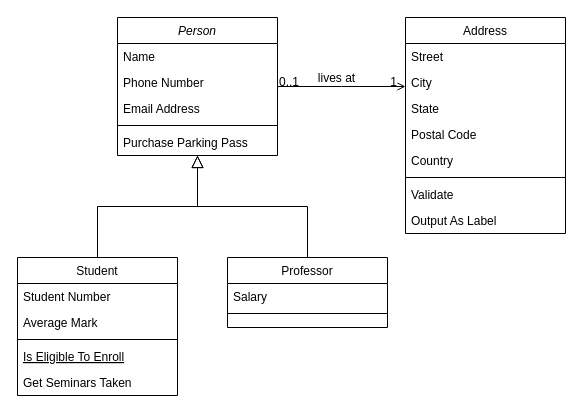
This is Untitled Diagram.drawio from Marko1316/hello-world, a draw.io file, before an edit. Source tidied: cells renumbered, new cells numbered last; positions are measured from the earlier drawing's top-left corner, leaving out a move shared by most shapes. Both pictures are drawn from the tidied source at 100%, with x=0, y=0 at pixel (17, 17).
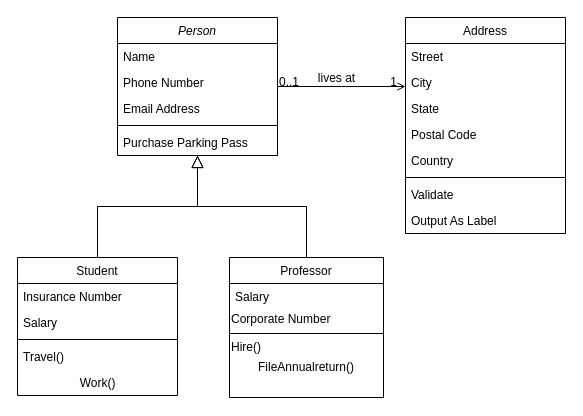
Above is the later version.

The change refers to these unchanged cells:
```xml
<mxCell id="8" value="Student" style="swimlane;fontStyle=0;align=center;verticalAlign=top;horizontal=1;startSize=26;rounded=0;shadow=0;strokeWidth=1;" parent="1" vertex="1">
  <mxGeometry y="240" width="160" height="138" as="geometry" />
</mxCell>
```

What changed in the source:
```diff
@@
-    <mxCell id="9" value="Student Number" style="text;align=left;verticalAlign=top;spacingLeft=4;spacingRight=4;overflow=hidden;" parent="8" vertex="1">
+    <mxCell id="9" value="Insurance Number" style="text;align=left;verticalAlign=top;spacingLeft=4;spacingRight=4;overflow=hidden;" parent="8" vertex="1">
       <mxGeometry y="26" width="160" height="26" as="geometry" />
     </mxCell>
-    <mxCell id="10" value="Average Mark" style="text;align=left;verticalAlign=top;spacingLeft=4;spacingRight=4;overflow=hidden;rounded=0;shadow=0;html=0;" parent="8" vertex="1">
+    <mxCell id="10" value="Salary" style="text;align=left;verticalAlign=top;spacingLeft=4;spacingRight=4;overflow=hidden;rounded=0;shadow=0;html=0;" parent="8" vertex="1">
       <mxGeometry y="52" width="160" height="26" as="geometry" />
     </mxCell>
@@
-    <mxCell id="12" value="Is Eligible To Enroll" style="text;align=left;verticalAlign=top;spacingLeft=4;spacingRight=4;overflow=hidden;fontStyle=4;" parent="8" vertex="1">
+    <mxCell id="12" value="Travel()" style="text;align=left;verticalAlign=top;spacingLeft=4;spacingRight=4;overflow=hidden;fontStyle=0;" parent="8" vertex="1">
       <mxGeometry y="86" width="160" height="26" as="geometry" />
     </mxCell>
-    <mxCell id="13" value="Get Seminars Taken" style="text;align=left;verticalAlign=top;spacingLeft=4;spacingRight=4;overflow=hidden;" parent="8" vertex="1">
+    <mxCell id="13" value="                 Work()" style="text;align=left;verticalAlign=top;spacingLeft=4;spacingRight=4;overflow=hidden;" parent="8" vertex="1">
       <mxGeometry y="112" width="160" height="26" as="geometry" />
     </mxCell>
@@
     <mxCell id="15" value="Professor" style="swimlane;fontStyle=0;align=center;verticalAlign=top;horizontal=1;startSize=26;rounded=0;shadow=0;strokeWidth=1;" parent="1" vertex="1">
-      <mxGeometry x="210" y="240" width="160" height="70" as="geometry" />
+      <mxGeometry x="212" y="240" width="154" height="140" as="geometry" />
     </mxCell>
     <mxCell id="16" value="Salary" style="text;align=left;verticalAlign=top;spacingLeft=4;spacingRight=4;overflow=hidden;" parent="15" vertex="1">
-      <mxGeometry y="26" width="160" height="26" as="geometry" />
+      <mxGeometry y="26" width="154" height="26" as="geometry" />
     </mxCell>
+    <mxCell id="32" value="Corporate Number" style="text;html=1;strokeColor=none;fillColor=none;align=left;verticalAlign=middle;whiteSpace=wrap;rounded=0;" parent="15" vertex="1">
+      <mxGeometry y="52" width="154" height="20" as="geometry" />
+    </mxCell>
     <mxCell id="17" style="line;html=1;strokeWidth=1;align=left;verticalAlign=middle;spacingTop=-1;spacingLeft=3;spacingRight=3;labelPosition=right;" parent="15" vertex="1">
-      <mxGeometry y="52" width="160" height="8" as="geometry" />
+      <mxGeometry y="72" width="154" height="8" as="geometry" />
     </mxCell>
+    <mxCell id="33" value="Hire()" style="text;html=1;strokeColor=none;fillColor=none;align=left;verticalAlign=middle;whiteSpace=wrap;rounded=0;" parent="15" vertex="1">
+      <mxGeometry y="80" width="154" height="20" as="geometry" />
+    </mxCell>
+    <mxCell id="34" value="FileAnnualreturn()" style="text;html=1;strokeColor=none;fillColor=none;align=center;verticalAlign=middle;whiteSpace=wrap;rounded=0;" parent="15" vertex="1">
+      <mxGeometry y="100" width="154" height="20" as="geometry" />
+    </mxCell>
```
